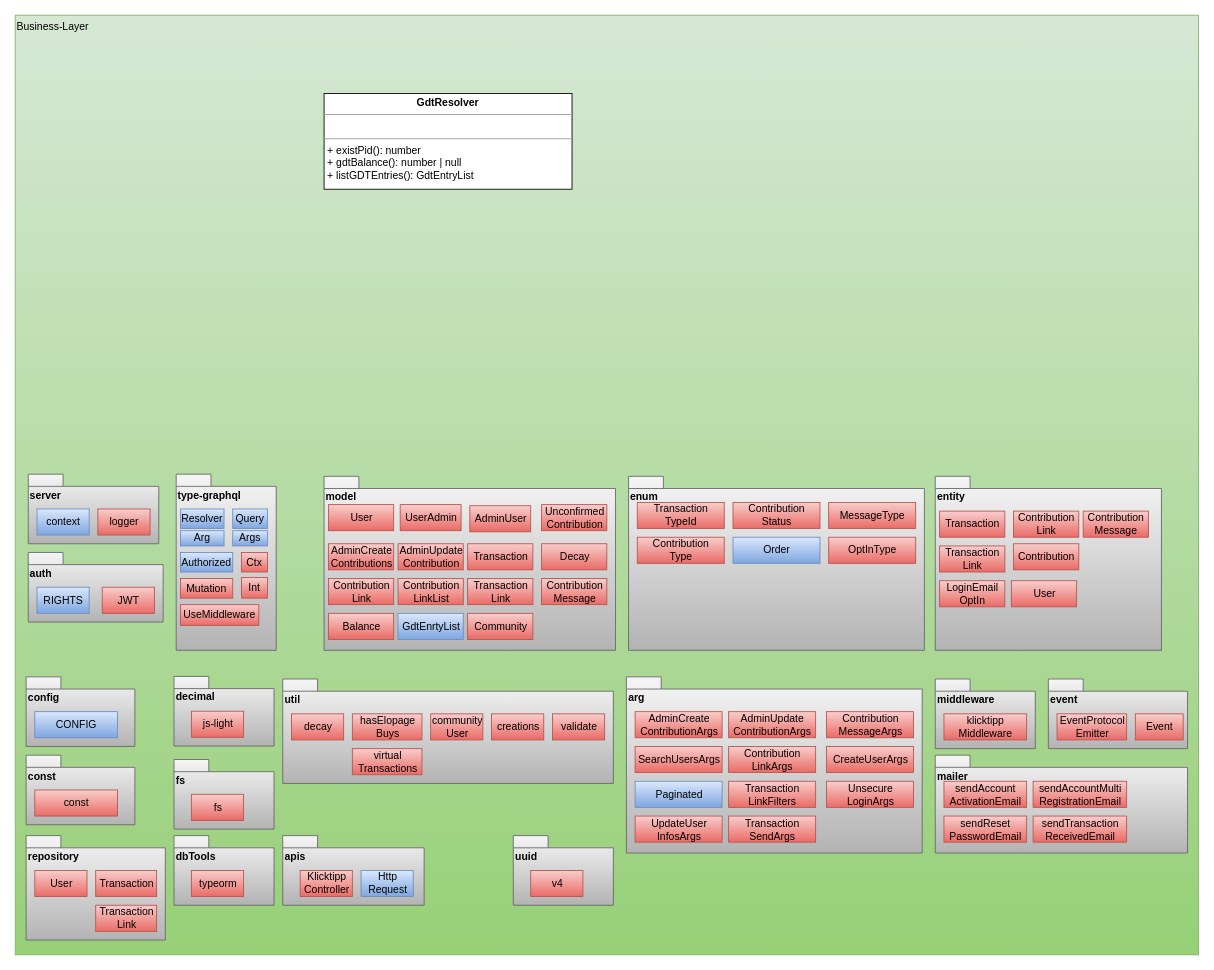
This is docu/Concepts/TechnicalRequirements/graphics/BE-GdtResolver-IST.drawio from gradido/gradido, a draw.io file, before an edit. Source tidied: cells renumbered, new cells numbered last; positions are measured from the earlier drawing's top-left corner, leaving out a move shared by most shapes. Both pictures are drawn from the tidied source at 87%, with x=0, y=0 at pixel (15, 15).
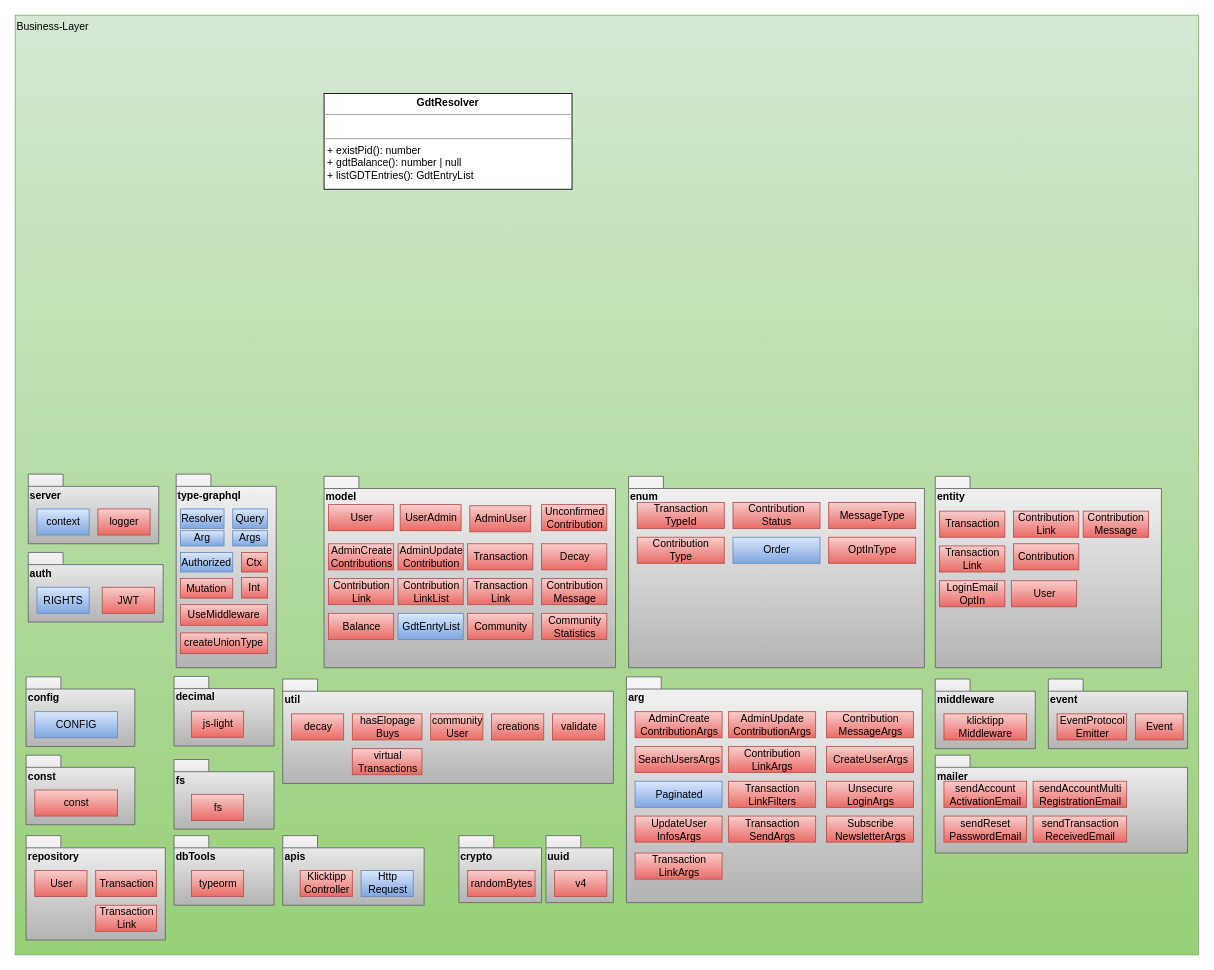
Above is the later version.

The edit, as a diff of the source:
```diff
@@
     <mxCell id="6" value="model" style="shape=folder;fontStyle=1;spacingTop=10;tabWidth=40;tabHeight=14;tabPosition=left;html=1;align=left;verticalAlign=top;fillColor=#f5f5f5;gradientColor=#b3b3b3;strokeColor=#666666;" parent="1" vertex="1">
-      <mxGeometry x="355" y="530" width="335" height="200" as="geometry" />
+      <mxGeometry x="355" y="530" width="335" height="220" as="geometry" />
     </mxCell>
@@
     <mxCell id="11" value="arg" style="shape=folder;fontStyle=1;spacingTop=10;tabWidth=40;tabHeight=14;tabPosition=left;html=1;align=left;verticalAlign=top;fillColor=#f5f5f5;gradientColor=#b3b3b3;strokeColor=#666666;" parent="1" vertex="1">
-      <mxGeometry x="702.5" y="760.5" width="340" height="202.5" as="geometry" />
+      <mxGeometry x="702.5" y="760.5" width="340" height="259.5" as="geometry" />
     </mxCell>
@@
     <mxCell id="16" value="entity" style="shape=folder;fontStyle=1;spacingTop=10;tabWidth=40;tabHeight=14;tabPosition=left;html=1;align=left;verticalAlign=top;fillColor=#f5f5f5;gradientColor=#b3b3b3;strokeColor=#666666;" parent="1" vertex="1">
-      <mxGeometry x="1057.5" y="530" width="260" height="200" as="geometry" />
+      <mxGeometry x="1057.5" y="530" width="260" height="220" as="geometry" />
     </mxCell>
@@
     <mxCell id="24" value="enum" style="shape=folder;fontStyle=1;spacingTop=10;tabWidth=40;tabHeight=14;tabPosition=left;html=1;align=left;verticalAlign=top;fillColor=#f5f5f5;gradientColor=#b3b3b3;strokeColor=#666666;" parent="1" vertex="1">
-      <mxGeometry x="705" y="530" width="340" height="200" as="geometry" />
+      <mxGeometry x="705" y="530" width="340" height="220" as="geometry" />
     </mxCell>
@@
     <mxCell id="40" value="type-graphql" style="shape=folder;fontStyle=1;spacingTop=10;tabWidth=40;tabHeight=14;tabPosition=left;html=1;align=left;verticalAlign=top;fillColor=#f5f5f5;gradientColor=#b3b3b3;strokeColor=#666666;" parent="1" vertex="1">
-      <mxGeometry x="185" y="527.5" width="115" height="202.5" as="geometry" />
+      <mxGeometry x="185" y="527.5" width="115" height="222.5" as="geometry" />
     </mxCell>
@@
-    <mxCell id="45" value="UseMiddleware" style="rounded=0;whiteSpace=wrap;html=1;fillColor=#f8cecc;gradientColor=#ea6b66;strokeColor=#b85450;" parent="1" vertex="1">
-      <mxGeometry x="190" y="677.5" width="90" height="23.8" as="geometry" />
-    </mxCell>
@@
-    <mxCell id="85" value="uuid" style="shape=folder;fontStyle=1;spacingTop=10;tabWidth=40;tabHeight=14;tabPosition=left;html=1;align=left;verticalAlign=top;fillColor=#f5f5f5;gradientColor=#b3b3b3;strokeColor=#666666;" parent="1" vertex="1">
-      <mxGeometry x="572.5" y="943" width="115" height="80" as="geometry" />
-    </mxCell>
-    <mxCell id="86" value="v4" style="html=1;fillColor=#f8cecc;gradientColor=#ea6b66;strokeColor=#b85450;" parent="1" vertex="1">
-      <mxGeometry x="592.5" y="983" width="60" height="30" as="geometry" />
-    </mxCell>
@@
+    <mxCell id="99" value="Subscribe&lt;br&gt;NewsletterArgs" style="html=1;fillColor=#f8cecc;gradientColor=#ea6b66;strokeColor=#b85450;" parent="1" vertex="1">
+      <mxGeometry x="932.5" y="920.5" width="100" height="30" as="geometry" />
+    </mxCell>
+    <mxCell id="100" value="Community&lt;br&gt;Statistics" style="html=1;fillColor=#f8cecc;gradientColor=#ea6b66;strokeColor=#b85450;" parent="1" vertex="1">
+      <mxGeometry x="605" y="687.5" width="75" height="30" as="geometry" />
+    </mxCell>
+    <mxCell id="45" value="UseMiddleware" style="rounded=0;whiteSpace=wrap;html=1;fillColor=#f8cecc;gradientColor=#ea6b66;strokeColor=#b85450;" parent="1" vertex="1">
+      <mxGeometry x="190" y="677.5" width="100" height="23.8" as="geometry" />
+    </mxCell>
+    <mxCell id="101" value="createUnionType" style="rounded=0;whiteSpace=wrap;html=1;fillColor=#f8cecc;gradientColor=#ea6b66;strokeColor=#b85450;" parent="1" vertex="1">
+      <mxGeometry x="190" y="710" width="100" height="23.8" as="geometry" />
+    </mxCell>
+    <mxCell id="102" value="Transaction&lt;br&gt;LinkArgs" style="html=1;fillColor=#f8cecc;gradientColor=#ea6b66;strokeColor=#b85450;" parent="1" vertex="1">
+      <mxGeometry x="712.5" y="963" width="100" height="30" as="geometry" />
+    </mxCell>
+    <mxCell id="85" value="uuid" style="shape=folder;fontStyle=1;spacingTop=10;tabWidth=40;tabHeight=14;tabPosition=left;html=1;align=left;verticalAlign=top;fillColor=#f5f5f5;gradientColor=#b3b3b3;strokeColor=#666666;" parent="1" vertex="1">
+      <mxGeometry x="610" y="943" width="77.5" height="77" as="geometry" />
+    </mxCell>
+    <mxCell id="86" value="v4" style="html=1;fillColor=#f8cecc;gradientColor=#ea6b66;strokeColor=#b85450;" parent="1" vertex="1">
+      <mxGeometry x="620" y="983" width="60" height="30" as="geometry" />
+    </mxCell>
+    <mxCell id="103" value="crypto" style="shape=folder;fontStyle=1;spacingTop=10;tabWidth=40;tabHeight=14;tabPosition=left;html=1;align=left;verticalAlign=top;fillColor=#f5f5f5;gradientColor=#b3b3b3;strokeColor=#666666;" parent="1" vertex="1">
+      <mxGeometry x="510" y="943" width="95" height="77" as="geometry" />
+    </mxCell>
+    <mxCell id="104" value="randomBytes" style="html=1;fillColor=#f8cecc;gradientColor=#ea6b66;strokeColor=#b85450;" parent="1" vertex="1">
+      <mxGeometry x="520" y="983" width="77.5" height="30" as="geometry" />
+    </mxCell>
```
